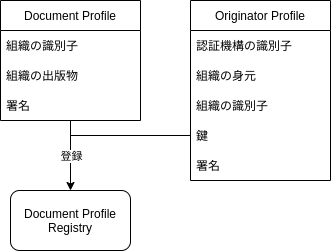
Above: docs/assets/dp-model.dio.png in originator-profile/profile-share (draw.io), before the change. Source tidied: cells renumbered, new cells last; positions are measured from the earlier drawing's top-left corner, leaving out a move shared by most shapes.
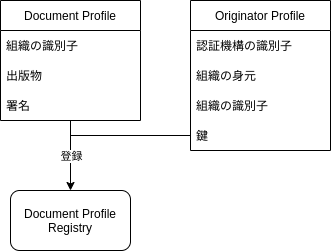
After the commit.

Commit message:
図中の語彙の説明を追加

Change to the diagram source:
```diff
@@ -17,14 +17,14 @@
     <mxCell id="6" value="組織の識別子" style="text;strokeColor=none;fillColor=none;align=left;verticalAlign=middle;spacingLeft=4;spacingRight=4;overflow=hidden;" parent="5" vertex="1">
       <mxGeometry y="30" width="140" height="30" as="geometry" />
     </mxCell>
-    <mxCell id="7" value="組織の出版物" style="text;strokeColor=none;fillColor=none;align=left;verticalAlign=middle;spacingLeft=4;spacingRight=4;overflow=hidden;" parent="5" vertex="1">
+    <mxCell id="7" value="出版物" style="text;strokeColor=none;fillColor=none;align=left;verticalAlign=middle;spacingLeft=4;spacingRight=4;overflow=hidden;" parent="5" vertex="1">
       <mxGeometry y="60" width="140" height="30" as="geometry" />
     </mxCell>
     <mxCell id="8" value="署名" style="text;strokeColor=none;fillColor=none;align=left;verticalAlign=middle;spacingLeft=4;spacingRight=4;overflow=hidden;" parent="5" vertex="1">
       <mxGeometry y="90" width="140" height="30" as="geometry" />
     </mxCell>
     <mxCell id="9" value="Originator Profile" style="swimlane;fontStyle=0;horizontal=1;startSize=30;" parent="1" vertex="1">
-      <mxGeometry x="190" width="140" height="180" as="geometry" />
+      <mxGeometry x="190" width="140" height="150" as="geometry" />
     </mxCell>
     <mxCell id="10" value="認証機構の識別子" style="text;strokeColor=none;fillColor=none;align=left;verticalAlign=middle;spacingLeft=4;spacingRight=4;overflow=hidden;" parent="9" vertex="1">
       <mxGeometry y="30" width="140" height="30" as="geometry" />
@@ -38,9 +38,6 @@
     <mxCell id="13" value="鍵" style="text;strokeColor=none;fillColor=none;align=left;verticalAlign=middle;spacingLeft=4;spacingRight=4;overflow=hidden;points=[[0,0.5],[1,0.5]];portConstraint=eastwest;" parent="9" vertex="1">
       <mxGeometry y="120" width="140" height="30" as="geometry" />
     </mxCell>
-    <mxCell id="14" value="署名" style="text;strokeColor=none;fillColor=none;align=left;verticalAlign=middle;spacingLeft=4;spacingRight=4;overflow=hidden;" parent="9" vertex="1">
-      <mxGeometry y="150" width="140" height="30" as="geometry" />
-    </mxCell>
     <mxCell id="15" style="edgeStyle=none;html=1;exitX=0;exitY=0.5;exitDx=0;exitDy=0;endArrow=none;endFill=0;" parent="1" edge="1" source="13">
       <mxGeometry relative="1" as="geometry">
         <mxPoint x="70" y="135" as="targetPoint" />
```
